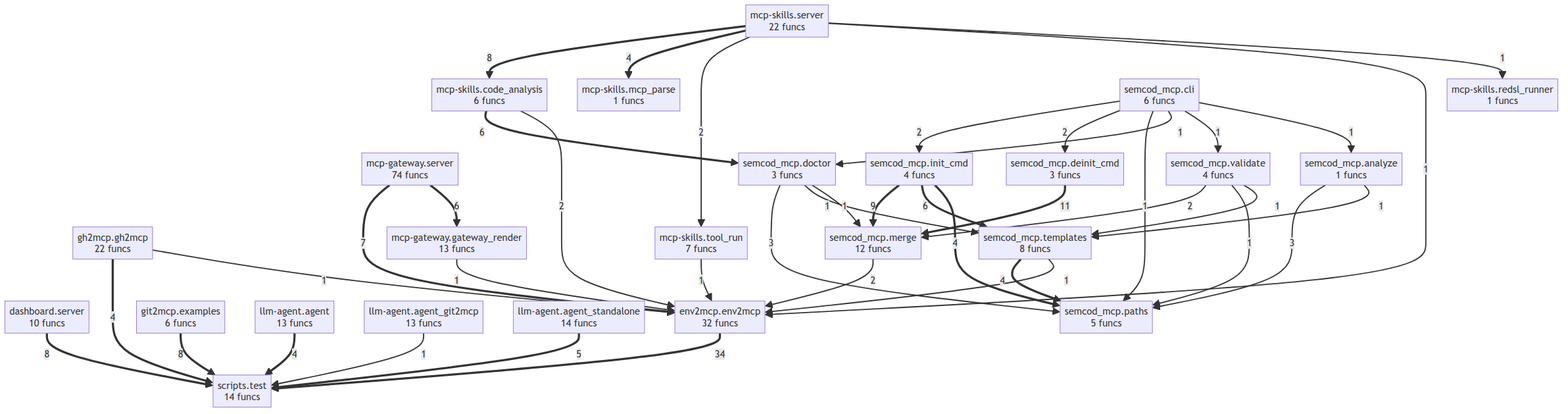
semcod/mcp keeps this Mermaid diagram as project/compact_flow.png. Above is the earlier version. Its source is kept beside it as project/compact_flow.mmd.
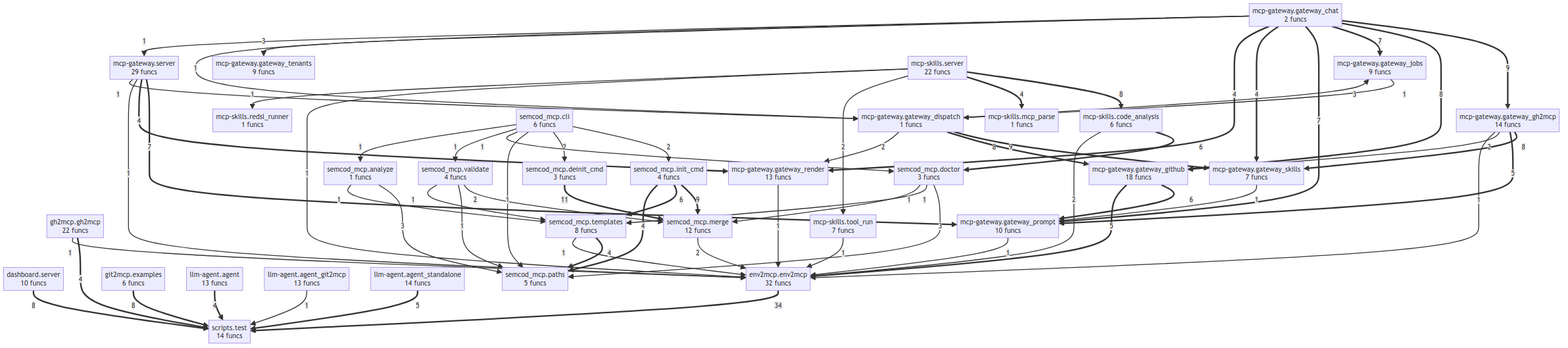
The same diagram one commit later.

Diff of the diagram source:
```diff
@@ -6,8 +6,16 @@
     llm_agent__agent["llm-agent.agent<br/>13 funcs"]
     llm_agent__agent_git2mcp["llm-agent.agent_git2mcp<br/>13 funcs"]
     llm_agent__agent_standalone["llm-agent.agent_standalone<br/>14 funcs"]
+    mcp_gateway__gateway_chat["mcp-gateway.gateway_chat<br/>2 funcs"]
+    mcp_gateway__gateway_dispatch["mcp-gateway.gateway_dispatch<br/>1 funcs"]
+    mcp_gateway__gateway_gh2mcp["mcp-gateway.gateway_gh2mcp<br/>14 funcs"]
+    mcp_gateway__gateway_github["mcp-gateway.gateway_github<br/>18 funcs"]
+    mcp_gateway__gateway_jobs["mcp-gateway.gateway_jobs<br/>9 funcs"]
+    mcp_gateway__gateway_prompt["mcp-gateway.gateway_prompt<br/>10 funcs"]
     mcp_gateway__gateway_render["mcp-gateway.gateway_render<br/>13 funcs"]
-    mcp_gateway__server["mcp-gateway.server<br/>74 funcs"]
+    mcp_gateway__gateway_skills["mcp-gateway.gateway_skills<br/>7 funcs"]
+    mcp_gateway__gateway_tenants["mcp-gateway.gateway_tenants<br/>9 funcs"]
+    mcp_gateway__server["mcp-gateway.server<br/>29 funcs"]
     mcp_skills__code_analysis["mcp-skills.code_analysis<br/>6 funcs"]
     mcp_skills__mcp_parse["mcp-skills.mcp_parse<br/>1 funcs"]
     mcp_skills__redsl_runner["mcp-skills.redsl_runner<br/>1 funcs"]
@@ -26,27 +34,43 @@
     env2mcp__env2mcp ==>|34| scripts__test
     semcod_mcp__deinit_cmd ==>|11| semcod_mcp__merge
     semcod_mcp__init_cmd ==>|9| semcod_mcp__merge
+    mcp_gateway__gateway_chat ==>|9| mcp_gateway__gateway_gh2mcp
+    mcp_gateway__gateway_dispatch ==>|9| mcp_gateway__gateway_skills
     dashboard__server ==>|8| scripts__test
     mcp_skills__server ==>|8| mcp_skills__code_analysis
     git2mcp__examples ==>|8| scripts__test
-    mcp_gateway__server ==>|7| env2mcp__env2mcp
-    mcp_gateway__server ==>|6| mcp_gateway__gateway_render
+    mcp_gateway__gateway_chat ==>|8| mcp_gateway__gateway_github
+    mcp_gateway__gateway_gh2mcp ==>|8| mcp_gateway__gateway_skills
+    mcp_gateway__gateway_dispatch ==>|8| mcp_gateway__gateway_github
+    mcp_gateway__gateway_chat ==>|7| mcp_gateway__gateway_jobs
+    mcp_gateway__gateway_chat ==>|7| mcp_gateway__gateway_prompt
+    mcp_gateway__server ==>|7| mcp_gateway__gateway_prompt
     mcp_skills__code_analysis ==>|6| semcod_mcp__doctor
     semcod_mcp__init_cmd ==>|6| semcod_mcp__templates
+    mcp_gateway__gateway_github ==>|6| mcp_gateway__gateway_prompt
     llm_agent__agent_standalone ==>|5| scripts__test
+    mcp_gateway__gateway_github ==>|5| env2mcp__env2mcp
+    mcp_gateway__gateway_gh2mcp ==>|5| mcp_gateway__gateway_prompt
     gh2mcp__gh2mcp ==>|4| scripts__test
     llm_agent__agent ==>|4| scripts__test
     mcp_skills__server ==>|4| mcp_skills__mcp_parse
     semcod_mcp__init_cmd ==>|4| semcod_mcp__paths
     semcod_mcp__templates ==>|4| semcod_mcp__paths
+    mcp_gateway__gateway_chat ==>|4| mcp_gateway__gateway_skills
+    mcp_gateway__gateway_chat ==>|4| mcp_gateway__gateway_render
+    mcp_gateway__server ==>|4| mcp_gateway__gateway_render
     semcod_mcp__analyze -->|3| semcod_mcp__paths
     semcod_mcp__doctor -->|3| semcod_mcp__paths
+    mcp_gateway__gateway_chat -->|3| mcp_gateway__gateway_tenants
+    mcp_gateway__gateway_dispatch -->|3| mcp_gateway__gateway_jobs
     mcp_skills__code_analysis -->|2| env2mcp__env2mcp
     mcp_skills__server -->|2| mcp_skills__tool_run
     semcod_mcp__cli -->|2| semcod_mcp__init_cmd
     semcod_mcp__cli -->|2| semcod_mcp__deinit_cmd
     semcod_mcp__validate -->|2| semcod_mcp__merge
     semcod_mcp__merge -->|2| env2mcp__env2mcp
+    mcp_gateway__gateway_gh2mcp -->|2| mcp_gateway__gateway_github
+    mcp_gateway__gateway_dispatch -->|2| mcp_gateway__gateway_render
     gh2mcp__gh2mcp -->|1| env2mcp__env2mcp
     mcp_gateway__gateway_render -->|1| env2mcp__env2mcp
     llm_agent__agent_git2mcp -->|1| scripts__test
@@ -63,3 +87,11 @@
     semcod_mcp__doctor -->|1| semcod_mcp__templates
     semcod_mcp__doctor -->|1| semcod_mcp__merge
     semcod_mcp__templates -->|1| env2mcp__env2mcp
+    mcp_gateway__gateway_jobs -->|1| mcp_gateway__gateway_dispatch
+    mcp_gateway__gateway_chat -->|1| mcp_gateway__gateway_dispatch
+    mcp_gateway__gateway_chat -->|1| mcp_gateway__server
+    mcp_gateway__server -->|1| env2mcp__env2mcp
+    mcp_gateway__server -->|1| mcp_gateway__gateway_dispatch
+    mcp_gateway__gateway_gh2mcp -->|1| env2mcp__env2mcp
+    mcp_gateway__gateway_prompt -->|1| env2mcp__env2mcp
+    mcp_gateway__gateway_skills -->|1| mcp_gateway__gateway_prompt
```
